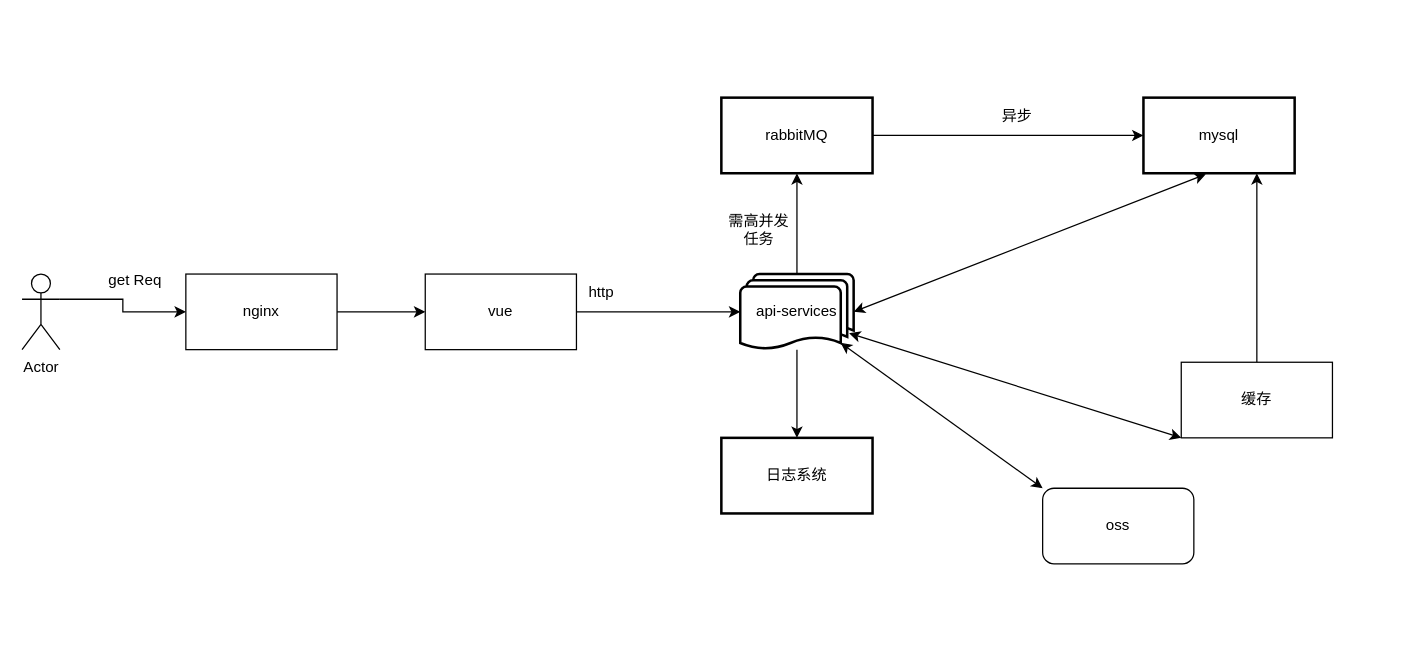
Above: doc/业务架构图.drawio in ygxiaobai111/qiniu (draw.io), before the change. Source tidied: cells renumbered, new cells numbered last; positions are measured from the earlier drawing's top-left corner, leaving out a move shared by most shapes. Both pictures are drawn from the tidied source at 126%, with x=0, y=0 at pixel (21, 97).
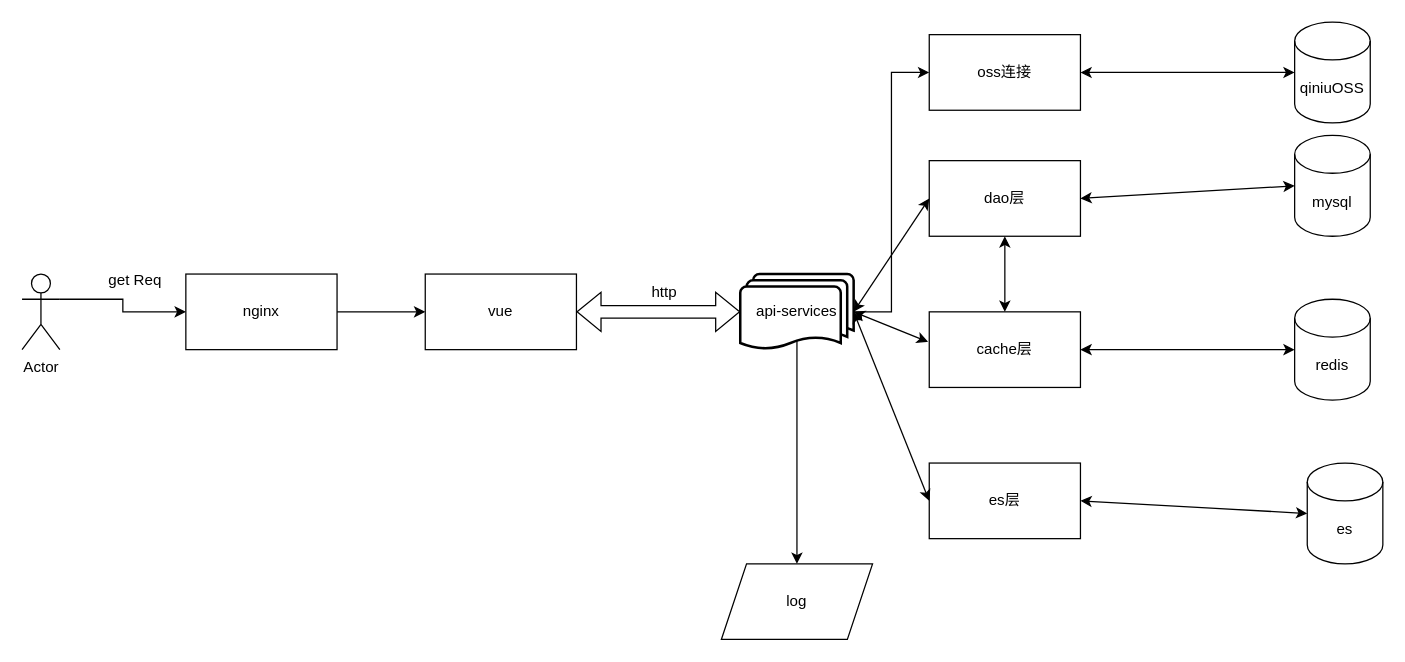
After the change.

Unchanged cells that the change refers to:
```xml
<mxCell id="5" value="vue" style="rounded=0;whiteSpace=wrap;html=1;" parent="1" vertex="1">
  <mxGeometry x="320" y="140" width="120" height="60" as="geometry" />
</mxCell>
<mxCell id="12" value="api-services" style="strokeWidth=2;html=1;shape=mxgraph.flowchart.multi-document;whiteSpace=wrap;" parent="1" vertex="1">
  <mxGeometry x="570" y="140" width="90" height="60" as="geometry" />
</mxCell>
```

The edit, as a diff of the source:
```diff
@@
-    <mxCell id="4" style="edgeStyle=orthogonalEdgeStyle;rounded=0;jettySize=auto;html=1;entryX=0;entryY=0.5;entryDx=0;entryDy=0;entryPerimeter=0;" parent="1" edge="1" source="5" target="12">
-      <mxGeometry relative="1" as="geometry">
-        <Array as="points">
-          <mxPoint x="530" y="170" />
-        </Array>
-      </mxGeometry>
-    </mxCell>
@@
     <mxCell id="6" value="http" style="text;html=1;strokeColor=none;fillColor=none;align=center;verticalAlign=middle;whiteSpace=wrap;rounded=0;" parent="1" vertex="1">
-      <mxGeometry x="430" y="140" width="60" height="30" as="geometry" />
+      <mxGeometry x="480" y="140" width="60" height="30" as="geometry" />
     </mxCell>
@@
-    <mxCell id="10" style="edgeStyle=orthogonalEdgeStyle;rounded=0;jettySize=auto;html=1;" parent="1" edge="1" source="12" target="13">
-      <mxGeometry relative="1" as="geometry" />
-    </mxCell>
-    <mxCell id="11" style="edgeStyle=orthogonalEdgeStyle;rounded=0;jettySize=auto;html=1;" parent="1" edge="1" source="12" target="15">
-      <mxGeometry relative="1" as="geometry" />
-    </mxCell>
+    <mxCell id="25" style="edgeStyle=orthogonalEdgeStyle;rounded=0;jettySize=auto;html=1;entryX=0;entryY=0.5;entryDx=0;entryDy=0;" parent="1" edge="1" source="12" target="30">
+      <mxGeometry relative="1" as="geometry" />
+    </mxCell>
+    <mxCell id="26" style="edgeStyle=orthogonalEdgeStyle;rounded=0;jettySize=auto;html=1;exitX=0.5;exitY=0.88;exitDx=0;exitDy=0;exitPerimeter=0;entryX=0.5;entryY=0;entryDx=0;entryDy=0;" parent="1" edge="1" source="12" target="42">
+      <mxGeometry relative="1" as="geometry" />
+    </mxCell>
@@
-    <mxCell id="13" value="日志系统" style="whiteSpace=wrap;html=1;strokeWidth=2;" parent="1" vertex="1">
-      <mxGeometry x="555" y="270" width="120" height="60" as="geometry" />
-    </mxCell>
-    <mxCell id="14" style="edgeStyle=orthogonalEdgeStyle;rounded=0;jettySize=auto;html=1;" parent="1" edge="1" source="15" target="16">
-      <mxGeometry relative="1" as="geometry" />
-    </mxCell>
-    <mxCell id="15" value="rabbitMQ" style="whiteSpace=wrap;html=1;strokeWidth=2;" parent="1" vertex="1">
-      <mxGeometry x="555" width="120" height="60" as="geometry" />
-    </mxCell>
+    <mxCell id="4" style="shape=flexArrow;endArrow=classic;startArrow=classic;html=1;rounded=0;exitX=1;exitY=0.5;exitDx=0;exitDy=0;entryX=0;entryY=0.5;entryDx=0;entryDy=0;entryPerimeter=0;" parent="1" edge="1" source="5" target="12">
+      <mxGeometry relative="1" as="geometry" />
+    </mxCell>
+    <mxCell id="27" value="dao层" style="rounded=0;whiteSpace=wrap;html=1;" parent="1" vertex="1">
+      <mxGeometry x="720" y="50" width="120" height="60" as="geometry" />
+    </mxCell>
+    <mxCell id="28" value="es层" style="rounded=0;whiteSpace=wrap;html=1;" parent="1" vertex="1">
+      <mxGeometry x="720" y="290" width="120" height="60" as="geometry" />
+    </mxCell>
+    <mxCell id="29" value="cache层" style="rounded=0;whiteSpace=wrap;html=1;" parent="1" vertex="1">
+      <mxGeometry x="720" y="170" width="120" height="60" as="geometry" />
+    </mxCell>
+    <mxCell id="30" value="oss连接" style="rounded=0;whiteSpace=wrap;html=1;" parent="1" vertex="1">
+      <mxGeometry x="720" y="-50" width="120" height="60" as="geometry" />
+    </mxCell>
-    <mxCell id="16" value="mysql" style="whiteSpace=wrap;html=1;strokeWidth=2;" parent="1" vertex="1">
-      <mxGeometry x="890" width="120" height="60" as="geometry" />
+    <mxCell id="16" value="mysql" style="shape=cylinder3;whiteSpace=wrap;html=1;boundedLbl=1;backgroundOutline=1;size=15;" parent="1" vertex="1">
+      <mxGeometry x="1010" y="30" width="60" height="80" as="geometry" />
     </mxCell>
-    <mxCell id="17" value="需高并发任务" style="text;html=1;strokeColor=none;fillColor=none;align=center;verticalAlign=middle;whiteSpace=wrap;rounded=0;" parent="1" vertex="1">
-      <mxGeometry x="555" y="90" width="60" height="30" as="geometry" />
-    </mxCell>
-    <mxCell id="18" style="edgeStyle=orthogonalEdgeStyle;rounded=0;jettySize=auto;html=1;entryX=0.75;entryY=1;entryDx=0;entryDy=0;" parent="1" edge="1" source="19" target="16">
-      <mxGeometry relative="1" as="geometry" />
-    </mxCell>
-    <mxCell id="19" value="缓存" style="rounded=0;whiteSpace=wrap;html=1;" parent="1" vertex="1">
-      <mxGeometry x="920" y="210" width="120" height="60" as="geometry" />
-    </mxCell>
-    <mxCell id="20" style="endArrow=classic;startArrow=classic;html=1;rounded=0;exitX=0.96;exitY=0.783;exitDx=0;exitDy=0;exitPerimeter=0;entryX=0;entryY=1;entryDx=0;entryDy=0;" parent="1" edge="1" source="12" target="19">
-      <mxGeometry relative="1" as="geometry" />
-    </mxCell>
-    <mxCell id="21" value="异步" style="text;html=1;strokeColor=none;fillColor=none;align=center;verticalAlign=middle;whiteSpace=wrap;rounded=0;" parent="1" vertex="1">
-      <mxGeometry x="760" width="60" height="30" as="geometry" />
-    </mxCell>
-    <mxCell id="22" style="endArrow=classic;startArrow=classic;html=1;rounded=0;exitX=1;exitY=0.5;exitDx=0;exitDy=0;exitPerimeter=0;entryX=0.412;entryY=1.013;entryDx=0;entryDy=0;entryPerimeter=0;" parent="1" edge="1" source="12" target="16">
-      <mxGeometry relative="1" as="geometry" />
-    </mxCell>
-    <mxCell id="23" value="oss" style="rounded=1;whiteSpace=wrap;html=1;" parent="1" vertex="1">
-      <mxGeometry x="810" y="310" width="120" height="60" as="geometry" />
-    </mxCell>
-    <mxCell id="24" style="endArrow=classic;startArrow=classic;html=1;rounded=0;exitX=0.885;exitY=0.91;exitDx=0;exitDy=0;exitPerimeter=0;entryX=0;entryY=0;entryDx=0;entryDy=0;" parent="1" edge="1" source="12" target="23">
-      <mxGeometry relative="1" as="geometry" />
-    </mxCell>
+    <mxCell id="31" value="es" style="shape=cylinder3;whiteSpace=wrap;html=1;boundedLbl=1;backgroundOutline=1;size=15;" parent="1" vertex="1">
+      <mxGeometry x="1020" y="290" width="60" height="80" as="geometry" />
+    </mxCell>
+    <mxCell id="32" value="redis" style="shape=cylinder3;whiteSpace=wrap;html=1;boundedLbl=1;backgroundOutline=1;size=15;" parent="1" vertex="1">
+      <mxGeometry x="1010" y="160" width="60" height="80" as="geometry" />
+    </mxCell>
+    <mxCell id="33" value="qiniuOSS" style="shape=cylinder3;whiteSpace=wrap;html=1;boundedLbl=1;backgroundOutline=1;size=15;" parent="1" vertex="1">
+      <mxGeometry x="1010" y="-60" width="60" height="80" as="geometry" />
+    </mxCell>
+    <mxCell id="34" style="endArrow=classic;startArrow=classic;html=1;rounded=0;exitX=1;exitY=0.5;exitDx=0;exitDy=0;exitPerimeter=0;entryX=0;entryY=0.5;entryDx=0;entryDy=0;" parent="1" edge="1" source="12" target="27">
+      <mxGeometry relative="1" as="geometry" />
+    </mxCell>
+    <mxCell id="35" style="endArrow=classic;startArrow=classic;html=1;rounded=0;exitX=1;exitY=0.5;exitDx=0;exitDy=0;exitPerimeter=0;entryX=-0.008;entryY=0.397;entryDx=0;entryDy=0;entryPerimeter=0;" parent="1" edge="1" source="12" target="29">
+      <mxGeometry relative="1" as="geometry" />
+    </mxCell>
+    <mxCell id="36" style="endArrow=classic;startArrow=classic;html=1;rounded=0;exitX=1;exitY=0.5;exitDx=0;exitDy=0;exitPerimeter=0;entryX=0;entryY=0.5;entryDx=0;entryDy=0;" parent="1" edge="1" source="12" target="28">
+      <mxGeometry relative="1" as="geometry" />
+    </mxCell>
+    <mxCell id="37" style="endArrow=classic;startArrow=classic;html=1;rounded=0;exitX=0.5;exitY=1;exitDx=0;exitDy=0;entryX=0.5;entryY=0;entryDx=0;entryDy=0;" parent="1" edge="1" source="27" target="29">
+      <mxGeometry relative="1" as="geometry" />
+    </mxCell>
+    <mxCell id="38" style="endArrow=classic;startArrow=classic;html=1;rounded=0;entryX=0;entryY=0.5;entryDx=0;entryDy=0;entryPerimeter=0;exitX=1;exitY=0.5;exitDx=0;exitDy=0;" parent="1" edge="1" source="27" target="16">
+      <mxGeometry relative="1" as="geometry" />
+    </mxCell>
+    <mxCell id="39" style="endArrow=classic;startArrow=classic;html=1;rounded=0;entryX=0;entryY=0.5;entryDx=0;entryDy=0;entryPerimeter=0;exitX=1;exitY=0.5;exitDx=0;exitDy=0;" parent="1" edge="1" source="29" target="32">
+      <mxGeometry relative="1" as="geometry" />
+    </mxCell>
+    <mxCell id="40" style="endArrow=classic;startArrow=classic;html=1;rounded=0;entryX=0;entryY=0.5;entryDx=0;entryDy=0;entryPerimeter=0;exitX=1;exitY=0.5;exitDx=0;exitDy=0;" parent="1" edge="1" source="30" target="33">
+      <mxGeometry relative="1" as="geometry" />
+    </mxCell>
+    <mxCell id="41" style="endArrow=classic;startArrow=classic;html=1;rounded=0;exitX=1;exitY=0.5;exitDx=0;exitDy=0;" parent="1" edge="1" source="28">
+      <mxGeometry relative="1" as="geometry">
+        <mxPoint x="1020" y="330" as="targetPoint" />
+      </mxGeometry>
+    </mxCell>
+    <mxCell id="42" value="log" style="shape=parallelogram;perimeter=parallelogramPerimeter;whiteSpace=wrap;html=1;fixedSize=1;" parent="1" vertex="1">
+      <mxGeometry x="555" y="370" width="120" height="60" as="geometry" />
+    </mxCell>
```
